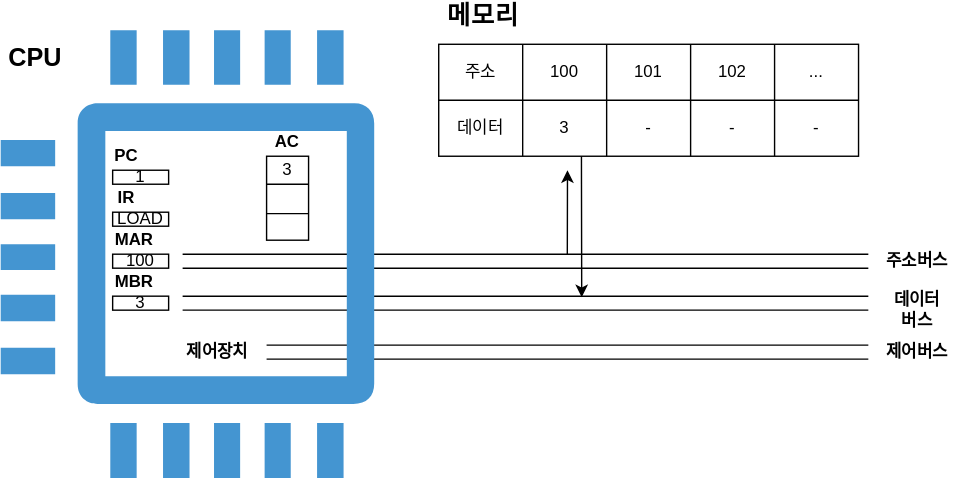
This is 03/yongki/assets/cpu.drawio.svg from cs-study-org/cs-study, a draw.io export, as it was before one commit. Source tidied: cells renumbered, new cells last; positions are measured from the earlier drawing's top-left corner, leaving out a move shared by most shapes.
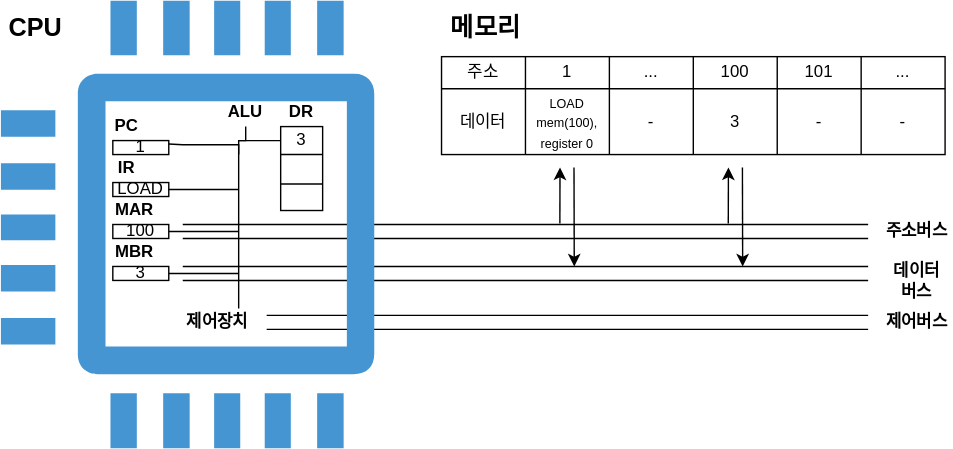
After the commit.

Commit message:
:adhesive_bandage: Fix cpu-memory asset

Also explain to make sense

What changed in the source:
```diff
@@ -18,70 +18,99 @@
       <mxGeometry x="70" y="100" width="40" height="20" as="geometry" />
     </mxCell>
     <mxCell id="7" style="shape=table;startSize=0;" parent="1" vertex="1">
-      <mxGeometry x="313" y="30" width="300" height="80" as="geometry" />
+      <mxGeometry x="315" y="60" width="360" height="70" as="geometry" />
     </mxCell>
     <mxCell id="8" style="shape=partialRectangle;fillColor=none;top=0;left=0;bottom=0;right=0;" parent="7" vertex="1">
-      <mxGeometry width="300" height="40" as="geometry" />
+      <mxGeometry width="360" height="23" as="geometry" />
     </mxCell>
     <mxCell id="9" value="주소" style="shape=partialRectangle;html=1;whiteSpace=wrap;overflow=hidden;fillColor=none;top=0;left=0;bottom=0;right=0;" parent="8" vertex="1">
-      <mxGeometry width="60" height="40" as="geometry" />
+      <mxGeometry width="60" height="23" as="geometry" />
     </mxCell>
-    <mxCell id="10" value="100" style="shape=partialRectangle;html=1;whiteSpace=wrap;overflow=hidden;fillColor=none;top=0;left=0;bottom=0;right=0;" parent="8" vertex="1">
-      <mxGeometry x="60" width="60" height="40" as="geometry" />
+    <mxCell id="10" value="1" style="shape=partialRectangle;html=1;whiteSpace=wrap;overflow=hidden;fillColor=none;top=0;left=0;bottom=0;right=0;" parent="8" vertex="1">
+      <mxGeometry x="60" width="60" height="23" as="geometry" />
     </mxCell>
+    <mxCell id="43" value="..." style="shape=partialRectangle;html=1;whiteSpace=wrap;overflow=hidden;fillColor=none;top=0;left=0;bottom=0;right=0;" parent="8" vertex="1">
+      <mxGeometry x="120" width="60" height="23" as="geometry" />
+    </mxCell>
-    <mxCell id="11" value="101" style="shape=partialRectangle;html=1;whiteSpace=wrap;overflow=hidden;fillColor=none;top=0;left=0;bottom=0;right=0;" parent="8" vertex="1">
-      <mxGeometry x="120" width="60" height="40" as="geometry" />
+    <mxCell id="11" value="100" style="shape=partialRectangle;html=1;whiteSpace=wrap;overflow=hidden;fillColor=none;top=0;left=0;bottom=0;right=0;" parent="8" vertex="1">
+      <mxGeometry x="180" width="60" height="23" as="geometry" />
     </mxCell>
-    <mxCell id="12" value="102" style="shape=partialRectangle;html=1;whiteSpace=wrap;overflow=hidden;fillColor=none;top=0;left=0;bottom=0;right=0;" parent="8" vertex="1">
-      <mxGeometry x="180" width="60" height="40" as="geometry" />
+    <mxCell id="12" value="101" style="shape=partialRectangle;html=1;whiteSpace=wrap;overflow=hidden;fillColor=none;top=0;left=0;bottom=0;right=0;" parent="8" vertex="1">
+      <mxGeometry x="240" width="60" height="23" as="geometry" />
     </mxCell>
     <mxCell id="13" value="..." style="shape=partialRectangle;html=1;whiteSpace=wrap;overflow=hidden;fillColor=none;top=0;left=0;bottom=0;right=0;" parent="8" vertex="1">
-      <mxGeometry x="240" width="60" height="40" as="geometry" />
+      <mxGeometry x="300" width="60" height="23" as="geometry" />
     </mxCell>
     <mxCell id="14" style="shape=partialRectangle;fillColor=none;top=0;left=0;bottom=0;right=0;" parent="7" vertex="1">
-      <mxGeometry y="40" width="300" height="40" as="geometry" />
+      <mxGeometry y="23" width="360" height="47" as="geometry" />
     </mxCell>
     <mxCell id="15" value="데이터" style="shape=partialRectangle;html=1;whiteSpace=wrap;overflow=hidden;fillColor=none;top=0;left=0;bottom=0;right=0;" parent="14" vertex="1">
-      <mxGeometry width="60" height="40" as="geometry" />
+      <mxGeometry width="60" height="47" as="geometry" />
     </mxCell>
-    <mxCell id="16" value="3" style="shape=partialRectangle;html=1;whiteSpace=wrap;overflow=hidden;fillColor=none;top=0;left=0;bottom=0;right=0;" parent="14" vertex="1">
-      <mxGeometry x="60" width="60" height="40" as="geometry" />
+    <mxCell id="16" value="&lt;font style=&quot;font-size: 9px&quot;&gt;LOAD mem(100),&lt;br&gt;register 0&lt;br&gt;&lt;/font&gt;" style="shape=partialRectangle;html=1;whiteSpace=wrap;overflow=hidden;fillColor=none;top=0;left=0;bottom=0;right=0;" parent="14" vertex="1">
+      <mxGeometry x="60" width="60" height="47" as="geometry" />
     </mxCell>
+    <mxCell id="44" value="-" style="shape=partialRectangle;html=1;whiteSpace=wrap;overflow=hidden;fillColor=none;top=0;left=0;bottom=0;right=0;" parent="14" vertex="1">
+      <mxGeometry x="120" width="60" height="47" as="geometry" />
+    </mxCell>
-    <mxCell id="17" value="-" style="shape=partialRectangle;html=1;whiteSpace=wrap;overflow=hidden;fillColor=none;top=0;left=0;bottom=0;right=0;" parent="14" vertex="1">
-      <mxGeometry x="120" width="60" height="40" as="geometry" />
+    <mxCell id="17" value="3" style="shape=partialRectangle;html=1;whiteSpace=wrap;overflow=hidden;fillColor=none;top=0;left=0;bottom=0;right=0;" parent="14" vertex="1">
+      <mxGeometry x="180" width="60" height="47" as="geometry" />
     </mxCell>
     <mxCell id="18" value="-" style="shape=partialRectangle;html=1;whiteSpace=wrap;overflow=hidden;fillColor=none;top=0;left=0;bottom=0;right=0;" parent="14" vertex="1">
-      <mxGeometry x="180" width="60" height="40" as="geometry" />
+      <mxGeometry x="240" width="60" height="47" as="geometry" />
     </mxCell>
     <mxCell id="19" value="-" style="shape=partialRectangle;html=1;whiteSpace=wrap;overflow=hidden;fillColor=none;top=0;left=0;bottom=0;right=0;" parent="14" vertex="1">
-      <mxGeometry x="240" width="60" height="40" as="geometry" />
+      <mxGeometry x="300" width="60" height="47" as="geometry" />
     </mxCell>
     <mxCell id="20" value="1" style="text;html=1;fillColor=none;align=center;verticalAlign=middle;whiteSpace=wrap;rounded=0;strokeColor=#000000;" parent="1" vertex="1">
       <mxGeometry x="80" y="120" width="40" height="10" as="geometry" />
     </mxCell>
+    <mxCell id="45" style="edgeStyle=orthogonalEdgeStyle;html=1;entryX=1;entryY=0.25;entryDx=0;entryDy=0;rounded=0;endArrow=none;endFill=0;" parent="1" edge="1" source="21" target="20">
+      <mxGeometry relative="1" as="geometry">
+        <Array as="points">
+          <mxPoint x="170" y="123" />
+          <mxPoint x="130" y="123" />
+        </Array>
+      </mxGeometry>
+    </mxCell>
     <mxCell id="21" value="&lt;b&gt;제어장치&lt;/b&gt;" style="text;html=1;strokeColor=none;fillColor=none;align=center;verticalAlign=middle;whiteSpace=wrap;rounded=0;" parent="1" vertex="1">
       <mxGeometry x="130" y="240" width="50" height="20" as="geometry" />
     </mxCell>
     <mxCell id="22" value="&lt;b&gt;IR&lt;/b&gt;" style="text;html=1;strokeColor=none;fillColor=none;align=center;verticalAlign=middle;whiteSpace=wrap;rounded=0;" parent="1" vertex="1">
       <mxGeometry x="70" y="130" width="40" height="20" as="geometry" />
     </mxCell>
+    <mxCell id="46" style="edgeStyle=orthogonalEdgeStyle;rounded=0;html=1;endArrow=none;endFill=0;" parent="1" edge="1" source="23">
+      <mxGeometry relative="1" as="geometry">
+        <mxPoint x="170" y="155" as="targetPoint" />
+      </mxGeometry>
+    </mxCell>
     <mxCell id="23" value="LOAD" style="text;html=1;fillColor=none;align=center;verticalAlign=middle;whiteSpace=wrap;rounded=0;strokeColor=#000000;" parent="1" vertex="1">
       <mxGeometry x="80" y="150" width="40" height="10" as="geometry" />
     </mxCell>
     <mxCell id="24" value="&lt;b&gt;MAR&lt;/b&gt;" style="text;html=1;strokeColor=none;fillColor=none;align=left;verticalAlign=middle;whiteSpace=wrap;rounded=0;" parent="1" vertex="1">
       <mxGeometry x="80" y="160" width="40" height="20" as="geometry" />
     </mxCell>
+    <mxCell id="47" style="edgeStyle=orthogonalEdgeStyle;rounded=0;html=1;endArrow=none;endFill=0;" parent="1" edge="1" source="25">
+      <mxGeometry relative="1" as="geometry">
+        <mxPoint x="170" y="185" as="targetPoint" />
+      </mxGeometry>
+    </mxCell>
     <mxCell id="25" value="100" style="text;html=1;fillColor=none;align=center;verticalAlign=middle;whiteSpace=wrap;rounded=0;strokeColor=#000000;" parent="1" vertex="1">
       <mxGeometry x="80" y="180" width="40" height="10" as="geometry" />
     </mxCell>
     <mxCell id="26" value="&lt;b&gt;MBR&lt;/b&gt;" style="text;html=1;strokeColor=none;fillColor=none;align=left;verticalAlign=middle;whiteSpace=wrap;rounded=0;" parent="1" vertex="1">
       <mxGeometry x="80" y="190" width="40" height="20" as="geometry" />
     </mxCell>
+    <mxCell id="48" style="edgeStyle=orthogonalEdgeStyle;rounded=0;html=1;exitX=1;exitY=0.5;exitDx=0;exitDy=0;endArrow=none;endFill=0;" parent="1" edge="1" source="27">
+      <mxGeometry relative="1" as="geometry">
+        <mxPoint x="170" y="215" as="targetPoint" />
+      </mxGeometry>
+    </mxCell>
     <mxCell id="27" value="3" style="text;html=1;fillColor=none;align=center;verticalAlign=middle;whiteSpace=wrap;rounded=0;strokeColor=#000000;" parent="1" vertex="1">
       <mxGeometry x="80" y="210" width="40" height="10" as="geometry" />
     </mxCell>
     <mxCell id="28" style="shape=table;startSize=0;" parent="1" vertex="1">
-      <mxGeometry x="190" y="110" width="30" height="60" as="geometry" />
+      <mxGeometry x="200" y="110" width="30" height="60" as="geometry" />
     </mxCell>
     <mxCell id="29" style="shape=partialRectangle;fillColor=none;top=0;left=0;bottom=0;right=0;points=[[0,0.5],[1,0.5]];portConstraint=eastwest;" parent="28" vertex="1">
       <mxGeometry width="30" height="20" as="geometry" />
@@ -101,8 +130,8 @@
     <mxCell id="34" style="shape=partialRectangle;html=1;whiteSpace=wrap;overflow=hidden;fillColor=none;top=0;left=0;bottom=0;right=0;" parent="33" vertex="1">
       <mxGeometry width="30" height="19" as="geometry" />
     </mxCell>
-    <mxCell id="35" value="&lt;b&gt;AC&lt;/b&gt;" style="text;html=1;strokeColor=none;fillColor=none;align=center;verticalAlign=middle;whiteSpace=wrap;rounded=0;" parent="1" vertex="1">
-      <mxGeometry x="180" y="90" width="50" height="20" as="geometry" />
+    <mxCell id="35" value="&lt;b&gt;DR&lt;/b&gt;" style="text;html=1;strokeColor=none;fillColor=none;align=center;verticalAlign=middle;whiteSpace=wrap;rounded=0;" parent="1" vertex="1">
+      <mxGeometry x="190" y="90" width="50" height="20" as="geometry" />
     </mxCell>
     <mxCell id="36" value="&lt;b&gt;제어버스&lt;/b&gt;" style="text;html=1;strokeColor=none;fillColor=none;align=center;verticalAlign=middle;whiteSpace=wrap;rounded=0;" parent="1" vertex="1">
       <mxGeometry x="630" y="240" width="50" height="20" as="geometry" />
@@ -113,27 +142,48 @@
     <mxCell id="38" value="&lt;b&gt;데이터&lt;br&gt;버스&lt;/b&gt;" style="text;html=1;strokeColor=none;fillColor=none;align=center;verticalAlign=middle;whiteSpace=wrap;rounded=0;" parent="1" vertex="1">
       <mxGeometry x="630" y="210" width="50" height="20" as="geometry" />
     </mxCell>
-    <mxCell id="39" style="endArrow=classic;html=1;exitX=0.561;exitY=0;exitDx=0;exitDy=0;exitPerimeter=0;" parent="1" edge="1" source="3">
-      <mxGeometry relative="1" as="geometry">
-        <mxPoint x="405" y="120" as="targetPoint" />
-        <Array as="points">
-          <mxPoint x="405" y="130" />
-        </Array>
-      </mxGeometry>
-    </mxCell>
-    <mxCell id="40" style="endArrow=classic;html=1;exitX=0.561;exitY=0;exitDx=0;exitDy=0;exitPerimeter=0;entryX=0.582;entryY=0.078;entryDx=0;entryDy=0;entryPerimeter=0;" parent="1" edge="1" target="4">
-      <mxGeometry relative="1" as="geometry">
-        <mxPoint x="415" y="110" as="sourcePoint" />
-        <Array as="points">
-          <mxPoint x="415" y="120" />
-        </Array>
-      </mxGeometry>
-    </mxCell>
     <mxCell id="41" value="&lt;span style=&quot;font-size: 18px&quot;&gt;&lt;b&gt;CPU&lt;/b&gt;&lt;/span&gt;" style="text;html=1;strokeColor=none;fillColor=none;align=center;verticalAlign=middle;whiteSpace=wrap;rounded=0;" parent="1" vertex="1">
       <mxGeometry y="30" width="50" height="20" as="geometry" />
     </mxCell>
     <mxCell id="42" value="&lt;span style=&quot;font-size: 18px&quot;&gt;&lt;b&gt;메모리&lt;/b&gt;&lt;/span&gt;" style="text;html=1;strokeColor=none;fillColor=none;align=center;verticalAlign=middle;whiteSpace=wrap;rounded=0;" parent="1" vertex="1">
-      <mxGeometry x="310" width="70" height="20" as="geometry" />
+      <mxGeometry x="312" y="30" width="70" height="20" as="geometry" />
     </mxCell>
+    <mxCell id="49" style="edgeStyle=orthogonalEdgeStyle;rounded=0;html=1;endArrow=none;endFill=0;" parent="1" edge="1" source="50">
+      <mxGeometry relative="1" as="geometry">
+        <mxPoint x="170" y="130" as="targetPoint" />
+      </mxGeometry>
+    </mxCell>
+    <mxCell id="50" value="&lt;b&gt;ALU&lt;/b&gt;" style="text;html=1;strokeColor=none;fillColor=none;align=center;verticalAlign=middle;whiteSpace=wrap;rounded=0;" parent="1" vertex="1">
+      <mxGeometry x="160" y="90" width="30" height="20" as="geometry" />
+    </mxCell>
+    <mxCell id="51" style="edgeStyle=orthogonalEdgeStyle;rounded=0;html=1;endArrow=none;endFill=0;" parent="1" edge="1" source="29">
+      <mxGeometry relative="1" as="geometry">
+        <mxPoint x="170" y="120" as="targetPoint" />
+      </mxGeometry>
+    </mxCell>
+    <mxCell id="52" style="endArrow=classic;html=1;exitX=0.561;exitY=0;exitDx=0;exitDy=0;exitPerimeter=0;" parent="1" edge="1">
+      <mxGeometry relative="1" as="geometry">
+        <mxPoint x="520" y="179.2" as="sourcePoint" />
+        <mxPoint x="520.1" y="139.2" as="targetPoint" />
+      </mxGeometry>
+    </mxCell>
+    <mxCell id="53" style="endArrow=classic;html=1;entryX=0.582;entryY=0.078;entryDx=0;entryDy=0;entryPerimeter=0;" parent="1" edge="1">
+      <mxGeometry relative="1" as="geometry">
+        <mxPoint x="530.1" y="139.2" as="sourcePoint" />
+        <mxPoint x="530.3" y="210" as="targetPoint" />
+      </mxGeometry>
+    </mxCell>
+    <mxCell id="54" style="endArrow=classic;html=1;exitX=0.561;exitY=0;exitDx=0;exitDy=0;exitPerimeter=0;" parent="1" edge="1">
+      <mxGeometry relative="1" as="geometry">
+        <mxPoint x="399.6" y="179.2" as="sourcePoint" />
+        <mxPoint x="399.7" y="139.2" as="targetPoint" />
+      </mxGeometry>
+    </mxCell>
+    <mxCell id="55" style="endArrow=classic;html=1;entryX=0.582;entryY=0.078;entryDx=0;entryDy=0;entryPerimeter=0;" parent="1" edge="1">
+      <mxGeometry relative="1" as="geometry">
+        <mxPoint x="409.7" y="139.2" as="sourcePoint" />
+        <mxPoint x="409.9" y="210" as="targetPoint" />
+      </mxGeometry>
+    </mxCell>
   </root>
 </mxGraphModel>
```
